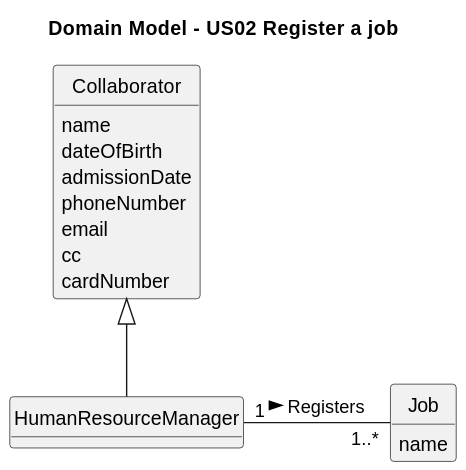
This is docs/sprint2/us02/02.analysis/svg/us02-domain-model.svg from Departamento-de-Engenharia-Informatica/lei-24-s2-1db-g022, a PlantUML export, as it was before one commit.
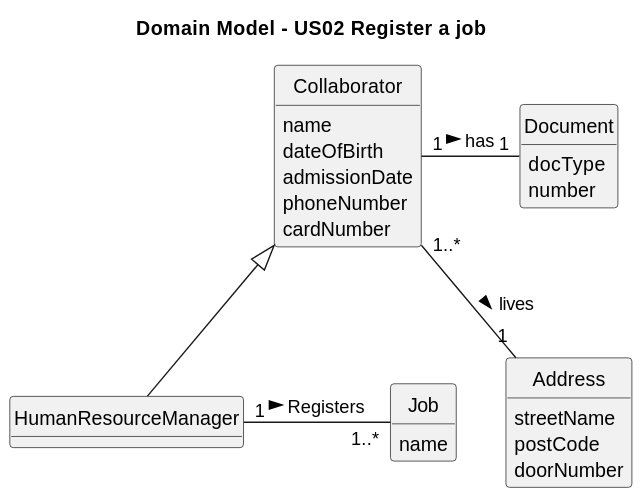
After the commit.

Diff of the diagram source:
```diff
@@ -16,16 +16,28 @@
     dateOfBirth
     admissionDate
     phoneNumber
-    email
-    cc
     cardNumber
+}
 
+class Document{
+    docType
+    number
+}
+
+class Address {
+    streetName
+    postCode
+    doorNumber
 }
 
 class Job{
     name
 }
+Collaborator "1" - "1" Document : has >
+
+Collaborator "1..*" -- "1" Address : lives >
 
 Collaborator  <|--  HumanResourceManager
+
 HumanResourceManager "1" - "1..*" Job : Registers >
 @enduml
```
